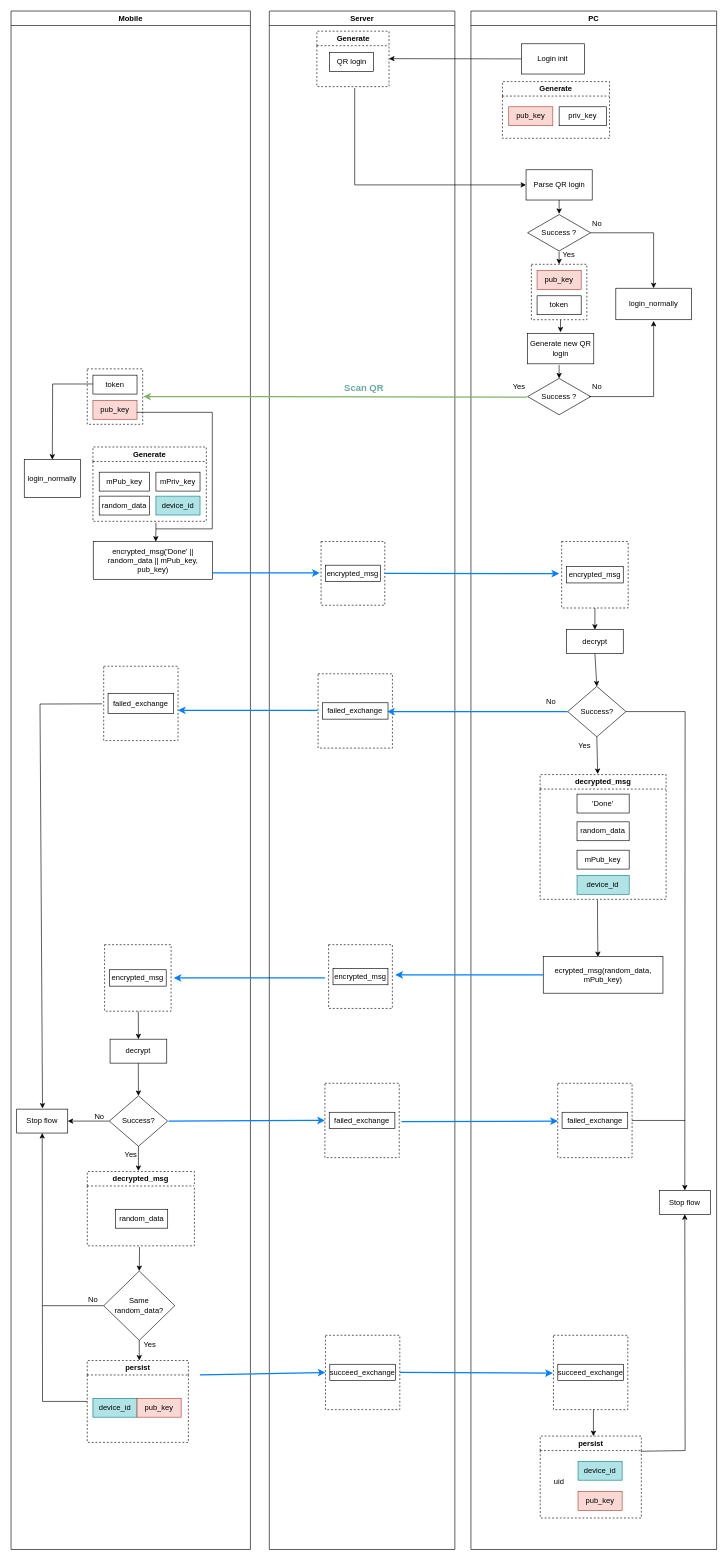
buingoctai/Documents keeps this draw.io diagram as exchange-public-key.drawio. Above is the earlier version. Source tidied: cells renumbered, new cells numbered last; positions are measured from the earlier drawing's top-left corner, leaving out a move shared by most shapes. Both pictures are drawn from the tidied source at 63%, with x=0, y=0 at pixel (11, 11).
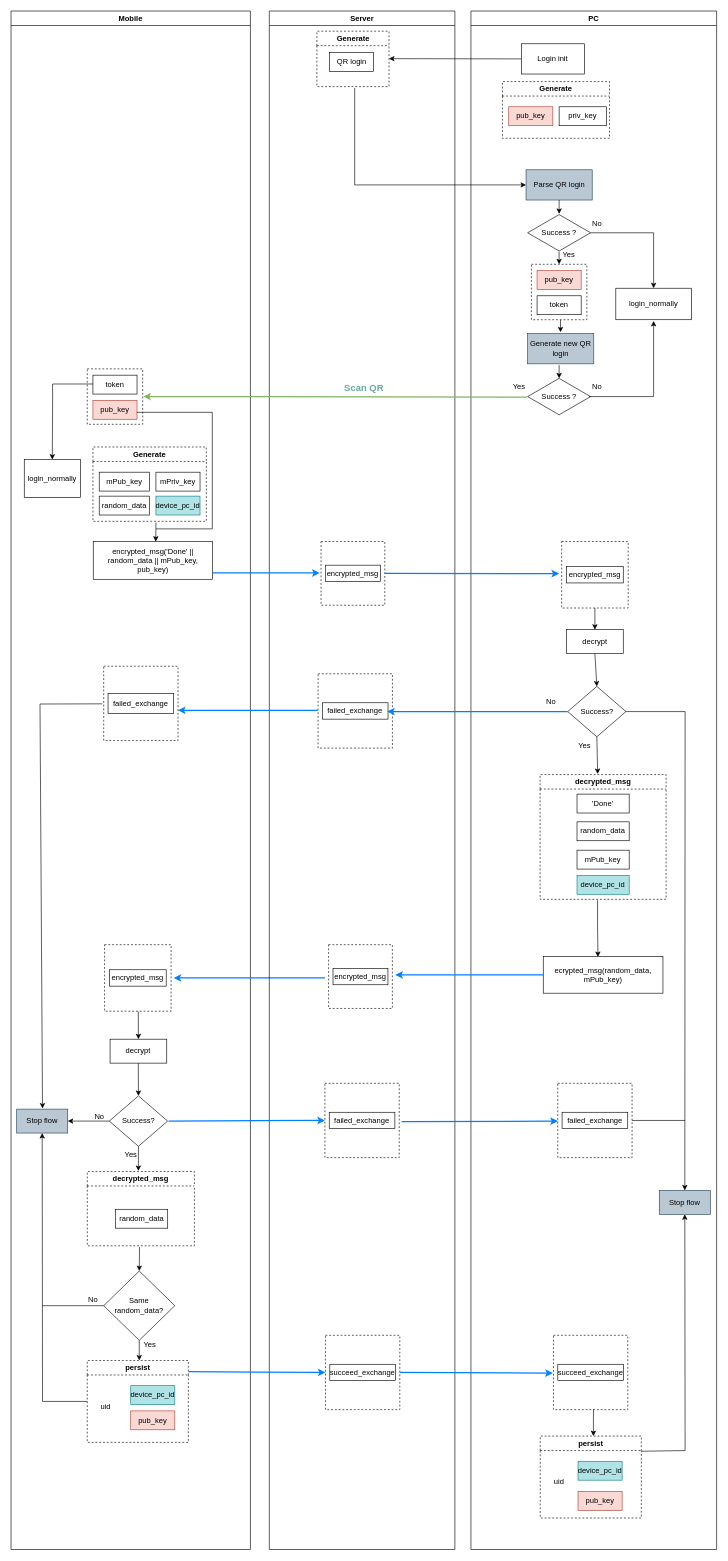
After the change.

Unchanged cells that the change refers to:
```xml
<mxCell id="2" value="Mobile" style="swimlane;whiteSpace=wrap;" parent="1" vertex="1">
  <mxGeometry width="380" height="2442" as="geometry" />
</mxCell>
<mxCell id="6" value="Generate" style="swimlane;whiteSpace=wrap;html=1;dashed=1;" parent="2" vertex="1">
  <mxGeometry x="130" y="692" width="180" height="118" as="geometry" />
</mxCell>
<mxCell id="35" value="persist" style="swimlane;whiteSpace=wrap;html=1;dashed=1;" parent="2" vertex="1">
  <mxGeometry x="121" y="2142" width="160.5" height="130" as="geometry" />
</mxCell>
<mxCell id="51" style="whiteSpace=wrap;html=1;dashed=1;" parent="39" vertex="1">
  <mxGeometry x="89.1" y="2102" width="118" height="118" as="geometry" />
</mxCell>
<mxCell id="55" value="PC" style="swimlane;whiteSpace=wrap;" parent="1" vertex="1">
  <mxGeometry x="730" width="390" height="2442" as="geometry" />
</mxCell>
<mxCell id="80" value="decrypted_msg" style="swimlane;whiteSpace=wrap;html=1;dashed=1;" parent="55" vertex="1">
  <mxGeometry x="109.8" y="1212" width="200" height="198" as="geometry" />
</mxCell>
<mxCell id="105" value="persist" style="swimlane;whiteSpace=wrap;html=1;dashed=1;" parent="55" vertex="1">
  <mxGeometry x="110" y="2262" width="160.5" height="130" as="geometry" />
</mxCell>
```

Diff of the diagram source:
```diff
@@
-    <mxCell id="10" value="device_id" style="rounded=0;whiteSpace=wrap;html=1;fillColor=#b0e3e6;strokeColor=#0e8088;" parent="6" vertex="1">
+    <mxCell id="10" value="device_pc_id" style="rounded=0;whiteSpace=wrap;html=1;fillColor=#b0e3e6;strokeColor=#0e8088;" parent="6" vertex="1">
       <mxGeometry x="100" y="78" width="70" height="30" as="geometry" />
     </mxCell>
@@
-    <mxCell id="18" value="Stop flow" style="rounded=0;whiteSpace=wrap;html=1;" parent="2" vertex="1">
+    <mxCell id="18" value="Stop flow" style="rounded=0;whiteSpace=wrap;html=1;fillColor=#bac8d3;strokeColor=#23445d;" parent="2" vertex="1">
       <mxGeometry x="9" y="1743" width="81" height="38" as="geometry" />
     </mxCell>
@@
-    <mxCell id="36" value="device_id" style="rounded=0;whiteSpace=wrap;html=1;fillColor=#b0e3e6;strokeColor=#0e8088;" parent="35" vertex="1">
-      <mxGeometry x="9" y="60" width="70" height="30" as="geometry" />
+    <mxCell id="36" value="device_pc_id" style="rounded=0;whiteSpace=wrap;html=1;fillColor=#b0e3e6;strokeColor=#0e8088;" parent="35" vertex="1">
+      <mxGeometry x="69" y="40" width="70" height="30" as="geometry" />
     </mxCell>
     <mxCell id="37" value="pub_key" style="rounded=0;whiteSpace=wrap;html=1;fillColor=#fad9d5;strokeColor=#ae4132;" parent="35" vertex="1">
-      <mxGeometry x="79" y="60" width="70" height="30" as="geometry" />
+      <mxGeometry x="69" y="80" width="70" height="30" as="geometry" />
     </mxCell>
+    <mxCell id="121" value="uid" style="text;html=1;align=center;verticalAlign=middle;strokeColor=none;fillColor=none;" parent="35" vertex="1">
+      <mxGeometry x="9" y="58" width="40" height="30" as="geometry" />
+    </mxCell>
@@
-    <mxCell id="60" value="Parse QR login" style="rounded=0;whiteSpace=wrap;html=1;" parent="55" vertex="1">
+    <mxCell id="60" value="Parse QR login" style="rounded=0;whiteSpace=wrap;html=1;fillColor=#bac8d3;strokeColor=#23445d;" parent="55" vertex="1">
       <mxGeometry x="87.5" y="252" width="105" height="48" as="geometry" />
     </mxCell>
@@
-    <mxCell id="66" value="Generate new QR login" style="rounded=0;whiteSpace=wrap;html=1;" parent="55" vertex="1">
+    <mxCell id="66" value="Generate new QR login" style="rounded=0;whiteSpace=wrap;html=1;fillColor=#bac8d3;strokeColor=#23445d;" parent="55" vertex="1">
       <mxGeometry x="90" y="512" width="105" height="48" as="geometry" />
     </mxCell>
@@
-    <mxCell id="84" value="device_id" style="rounded=0;whiteSpace=wrap;html=1;fillColor=#b0e3e6;strokeColor=#0e8088;" parent="80" vertex="1">
+    <mxCell id="84" value="device_pc_id" style="rounded=0;whiteSpace=wrap;html=1;fillColor=#b0e3e6;strokeColor=#0e8088;" parent="80" vertex="1">
       <mxGeometry x="58.6" y="160" width="82.8" height="30" as="geometry" />
     </mxCell>
@@
-    <mxCell id="102" value="Stop flow" style="rounded=0;whiteSpace=wrap;html=1;" parent="55" vertex="1">
+    <mxCell id="102" value="Stop flow" style="rounded=0;whiteSpace=wrap;html=1;fillColor=#bac8d3;strokeColor=#23445d;" parent="55" vertex="1">
       <mxGeometry x="299" y="1872" width="81" height="38" as="geometry" />
     </mxCell>
@@
-    <mxCell id="106" value="device_id" style="rounded=0;whiteSpace=wrap;html=1;fillColor=#b0e3e6;strokeColor=#0e8088;" parent="105" vertex="1">
+    <mxCell id="106" value="device_pc_id" style="rounded=0;whiteSpace=wrap;html=1;fillColor=#b0e3e6;strokeColor=#0e8088;" parent="105" vertex="1">
       <mxGeometry x="60" y="40" width="70" height="30" as="geometry" />
     </mxCell>
@@
-    <mxCell id="116" style="endArrow=classic;html=1;rounded=0;entryX=0;entryY=0.5;entryDx=0;entryDy=0;strokeColor=#007FFF;strokeWidth=2;" parent="1" edge="1" target="51">
-      <mxGeometry relative="1" as="geometry">
-        <mxPoint x="300" y="2165" as="sourcePoint" />
-      </mxGeometry>
+    <mxCell id="116" style="endArrow=classic;html=1;rounded=0;entryX=0;entryY=0.5;entryDx=0;entryDy=0;strokeColor=#007FFF;strokeWidth=2;exitX=1.001;exitY=0.136;exitDx=0;exitDy=0;exitPerimeter=0;" parent="1" edge="1" source="35" target="51">
+      <mxGeometry relative="1" as="geometry" />
     </mxCell>
```
